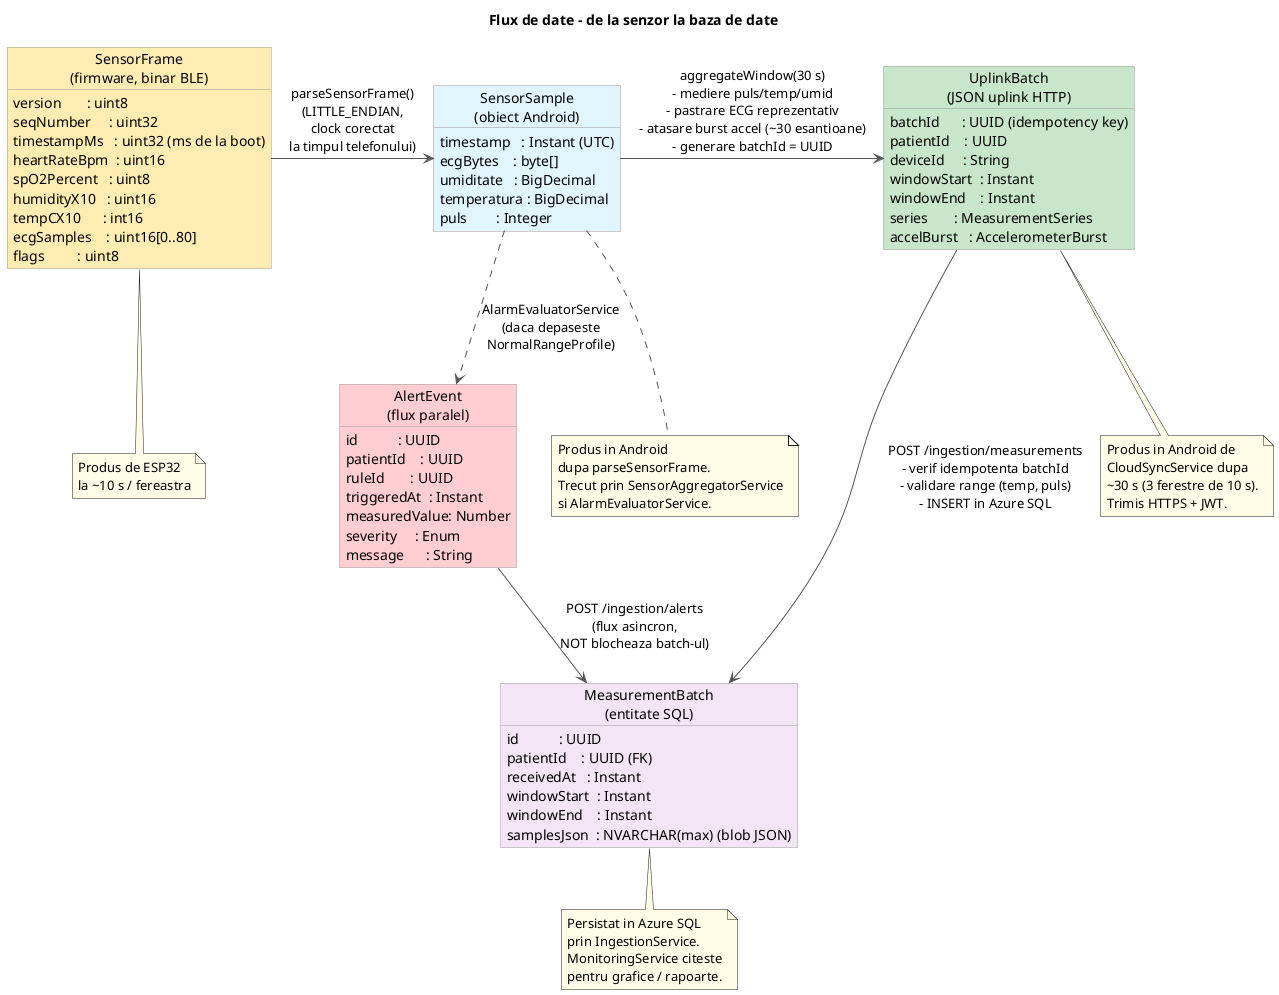
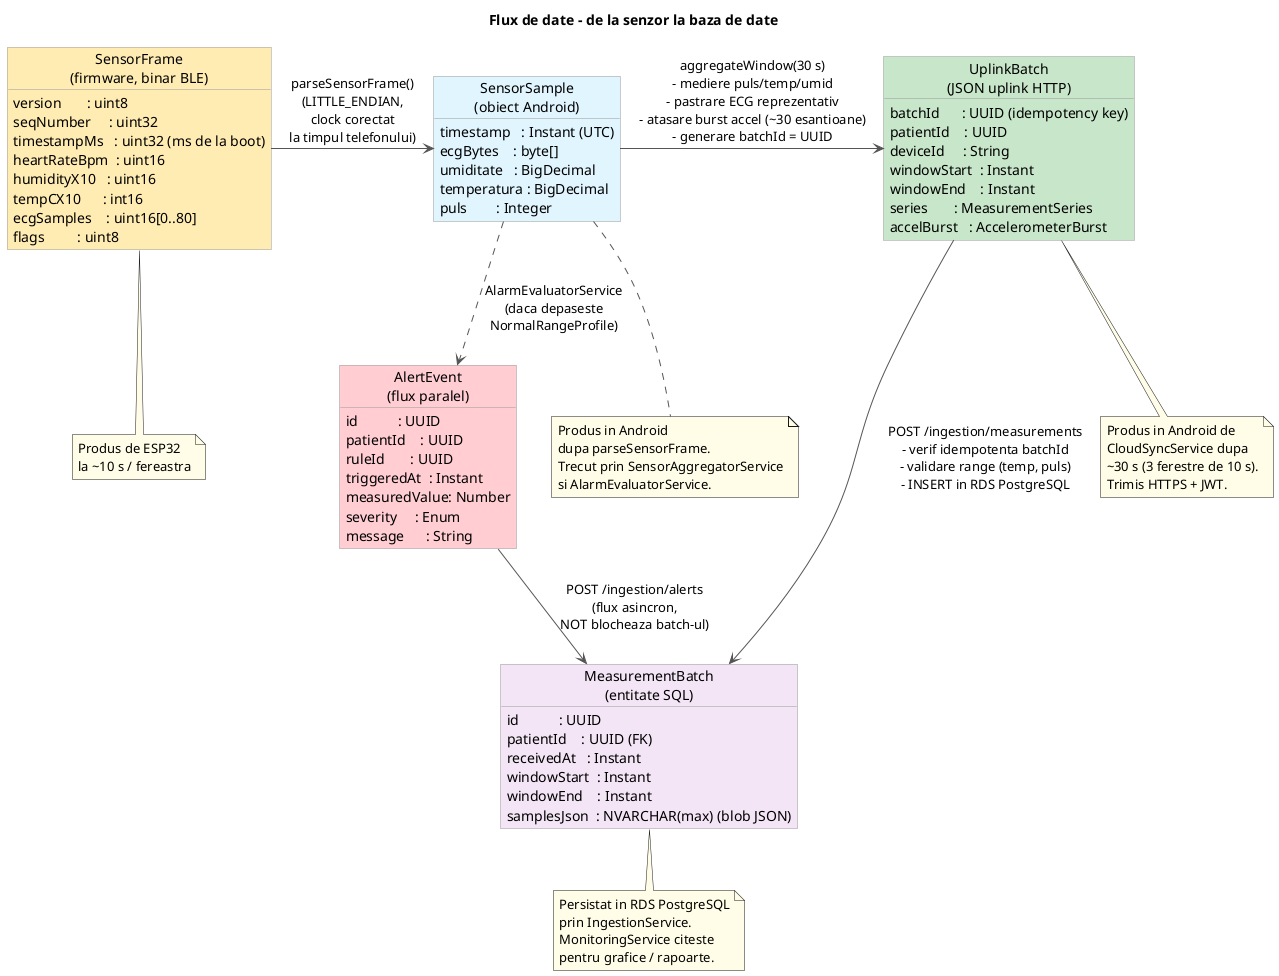
@startuml data-flow
title Flux de date - de la senzor la baza de date

skinparam ArrowColor #555555
skinparam ObjectBackgroundColor #FAFAFA
skinparam ObjectBorderColor #999999
skinparam NoteBackgroundColor #FFFDE7

' ============================================================
' ETAPE TRANSFORMARE
' ============================================================

object "SensorFrame\n(firmware, binar BLE)" as F1 #FFECB3 {
  version       : uint8
  seqNumber     : uint32
  timestampMs   : uint32 (ms de la boot)
  heartRateBpm  : uint16
-   spO2Percent   : uint8
  humidityX10   : uint16
  tempCX10      : int16
  ecgSamples    : uint16[0..80]
  flags         : uint8
}

object "SensorSample\n(obiect Android)" as F2 #E1F5FE {
  timestamp   : Instant (UTC)
  ecgBytes    : byte[]
  umiditate   : BigDecimal
  temperatura : BigDecimal
  puls        : Integer
}

object "UplinkBatch\n(JSON uplink HTTP)" as F3 #C8E6C9 {
  batchId      : UUID (idempotency key)
  patientId    : UUID
  deviceId     : String
  windowStart  : Instant
  windowEnd    : Instant
  series       : MeasurementSeries
  accelBurst   : AccelerometerBurst
}

object "MeasurementBatch\n(entitate SQL)" as F4 #F3E5F5 {
  id           : UUID
  patientId    : UUID (FK)
  receivedAt   : Instant
  windowStart  : Instant
  windowEnd    : Instant
  samplesJson  : NVARCHAR(max) (blob JSON)
}

object "AlertEvent\n(flux paralel)" as A1 #FFCDD2 {
  id           : UUID
  patientId    : UUID
  ruleId       : UUID
  triggeredAt  : Instant
  measuredValue: Number
  severity     : Enum
  message      : String
}

' ============================================================
' TRANZITII
' ============================================================

F1 -right-> F2 : parseSensorFrame()\n(LITTLE_ENDIAN,\nclock corectat\nla timpul telefonului)

F2 -right-> F3 : aggregateWindow(30 s)\n- mediere puls/temp/umid\n- pastrare ECG reprezentativ\n- atasare burst accel (~30 esantioane)\n- generare batchId = UUID

- F3 -right-> F4 : POST /ingestion/measurements\n- verif idempotenta batchId\n- validare range (temp, puls)\n- INSERT in Azure SQL
+ F3 -right-> F4 : POST /ingestion/measurements\n- verif idempotenta batchId\n- validare range (temp, puls)\n- INSERT in RDS PostgreSQL

F2 .down.> A1 : AlarmEvaluatorService\n(daca depaseste\nNormalRangeProfile)
A1 -down-> F4 : POST /ingestion/alerts\n(flux asincron,\nNOT blocheaza batch-ul)

note bottom of F1
  Produs de ESP32
  la ~10 s / fereastra
end note

note bottom of F2
  Produs in Android
  dupa parseSensorFrame.
  Trecut prin SensorAggregatorService
  si AlarmEvaluatorService.
end note

note bottom of F3
  Produs in Android de
  CloudSyncService dupa
  ~30 s (3 ferestre de 10 s).
  Trimis HTTPS + JWT.
end note

note bottom of F4
-   Persistat in Azure SQL
+   Persistat in RDS PostgreSQL
  prin IngestionService.
  MonitoringService citeste
  pentru grafice / rapoarte.
end note

@enduml
